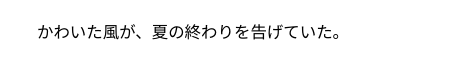
Above: page "フロー" (2 of 2) of ｖｖ.drawio in ll-vv/HiH (draw.io), before the change. Source tidied: cells renumbered, new cells numbered last; positions are measured from the earlier drawing's top-left corner, leaving out a move shared by most shapes. Both pictures are drawn from the tidied source at 137%, with x=0, y=0 at pixel (23, 26).
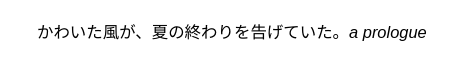
After the change.

What changed in the source:
```diff
@@
 <mxGraphModel>
   <root>
     <mxCell id="0" />
     <mxCell id="1" parent="0" />
-    <mxCell id="2" value="かわいた風が、夏の終わりを告げていた。" style="html=1;backgroundOutline=0;labelPosition=right;verticalLabelPosition=middle;align=left;verticalAlign=middle;spacing=0;spacingRight=0;spacingLeft=0;fillColor=none;strokeColor=none;" parent="1" vertex="1">
+    <mxCell id="2" value="かわいた風が、夏の終わりを告げていた。&lt;i&gt;a prologue&lt;/i&gt;" style="html=1;backgroundOutline=0;labelPosition=right;verticalLabelPosition=middle;align=left;verticalAlign=middle;spacing=0;spacingRight=0;spacingLeft=0;fillColor=none;strokeColor=none;" parent="1" vertex="1">
       <mxGeometry width="10" height="10" as="geometry" />
     </mxCell>
   </root>
 </mxGraphModel>
```
